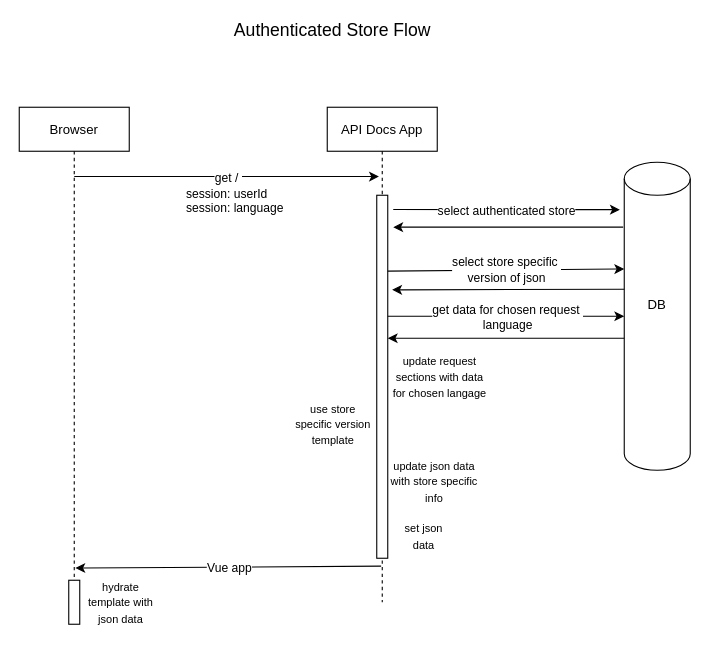
This is ReChargeApiDocs/Authenticated User Flow.drawio from alexrsunrise/diagrams, a draw.io file, before an edit. Source tidied: cells renumbered, new cells numbered last; positions are measured from the earlier drawing's top-left corner, leaving out a move shared by most shapes. Both pictures are drawn from the tidied source at 110%, with x=0, y=0 at pixel (19, 19).
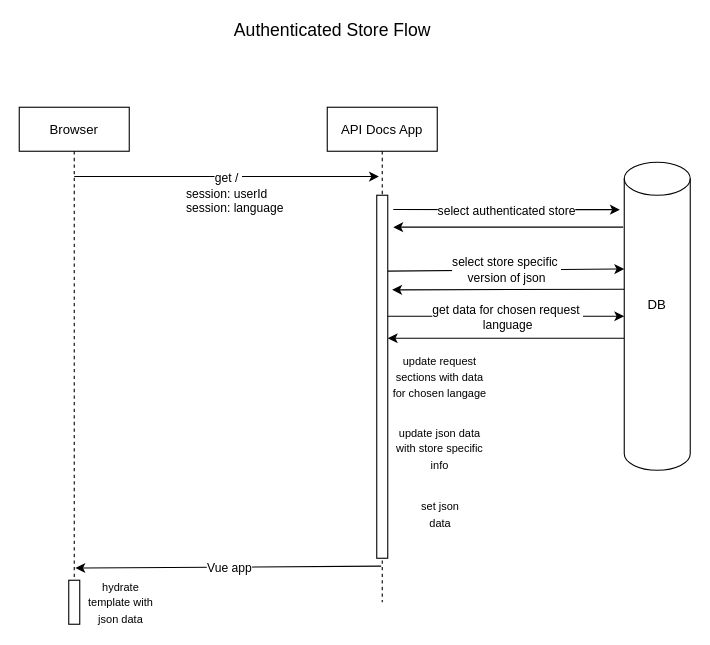
After the change.

What changed in the source:
```diff
@@
-    <mxCell id="11" value="&lt;span style=&quot;font-size: 10px&quot;&gt;use store specific version template&lt;br&gt;&lt;/span&gt;" style="text;html=1;strokeColor=none;fillColor=none;align=center;verticalAlign=middle;whiteSpace=wrap;rounded=0;" parent="1" vertex="1">
-      <mxGeometry x="248.8" y="357.5" width="72.5" height="20" as="geometry" />
-    </mxCell>
@@
     <mxCell id="14" value="&lt;font style=&quot;font-size: 10px&quot;&gt;set json data&lt;/font&gt;" style="text;html=1;strokeColor=none;fillColor=none;align=center;verticalAlign=middle;whiteSpace=wrap;rounded=0;" parent="1" vertex="1">
-      <mxGeometry x="347.5" y="460" width="40" height="20" as="geometry" />
+      <mxGeometry x="362.5" y="440" width="40" height="20" as="geometry" />
     </mxCell>
@@
     <mxCell id="22" value="&lt;font style=&quot;font-size: 10px&quot;&gt;update json data with store specific info&lt;/font&gt;" style="text;html=1;strokeColor=none;fillColor=none;align=center;verticalAlign=middle;whiteSpace=wrap;rounded=0;" parent="1" vertex="1">
-      <mxGeometry x="335" y="410" width="85" height="20" as="geometry" />
+      <mxGeometry x="340" y="380" width="85" height="20" as="geometry" />
     </mxCell>
```
